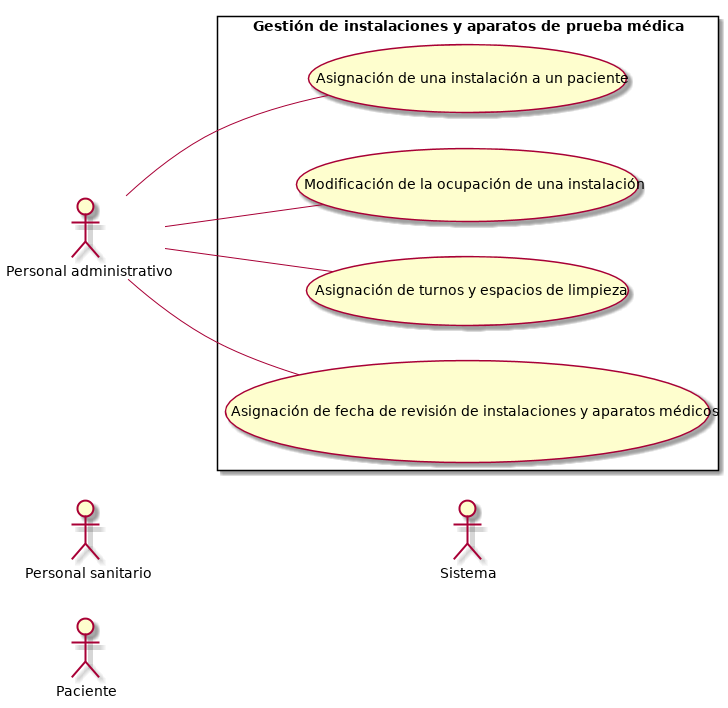
This is P2/gestion-instalaciones-y-aparatos.png from Ludvins/DGIIM_FIS, a PlantUML export, as it was before one commit. Its diagram source:
```plantuml
@startuml
left to right direction
skinparam packageStyle rectangle

actor "Personal sanitario" as ps
actor "Paciente" as p
actor "Personal administrativo" as pa
actor "Sistema" as s

rectangle "Gestión de instalaciones y aparatos de prueba médica" {
  pa -- (Asignación de una instalación a un paciente)

  pa -- (Modificación de la ocupación de una instalación)

  pa -- (Asignación de turnos y espacios de limpieza)

  pa -- (Asignación de fecha de revisión de instalaciones y aparatos médicos)
}

@enduml
```
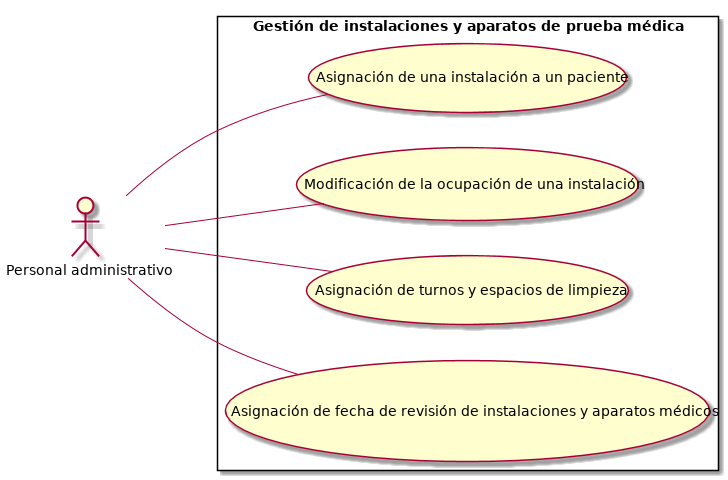
Later version of the same file.

Change to the diagram source:
```diff
@@ -2,10 +2,8 @@
 left to right direction
 skinparam packageStyle rectangle
 
-actor "Personal sanitario" as ps
-actor "Paciente" as p
+
 actor "Personal administrativo" as pa
-actor "Sistema" as s
 
 rectangle "Gestión de instalaciones y aparatos de prueba médica" {
   pa -- (Asignación de una instalación a un paciente)
```
